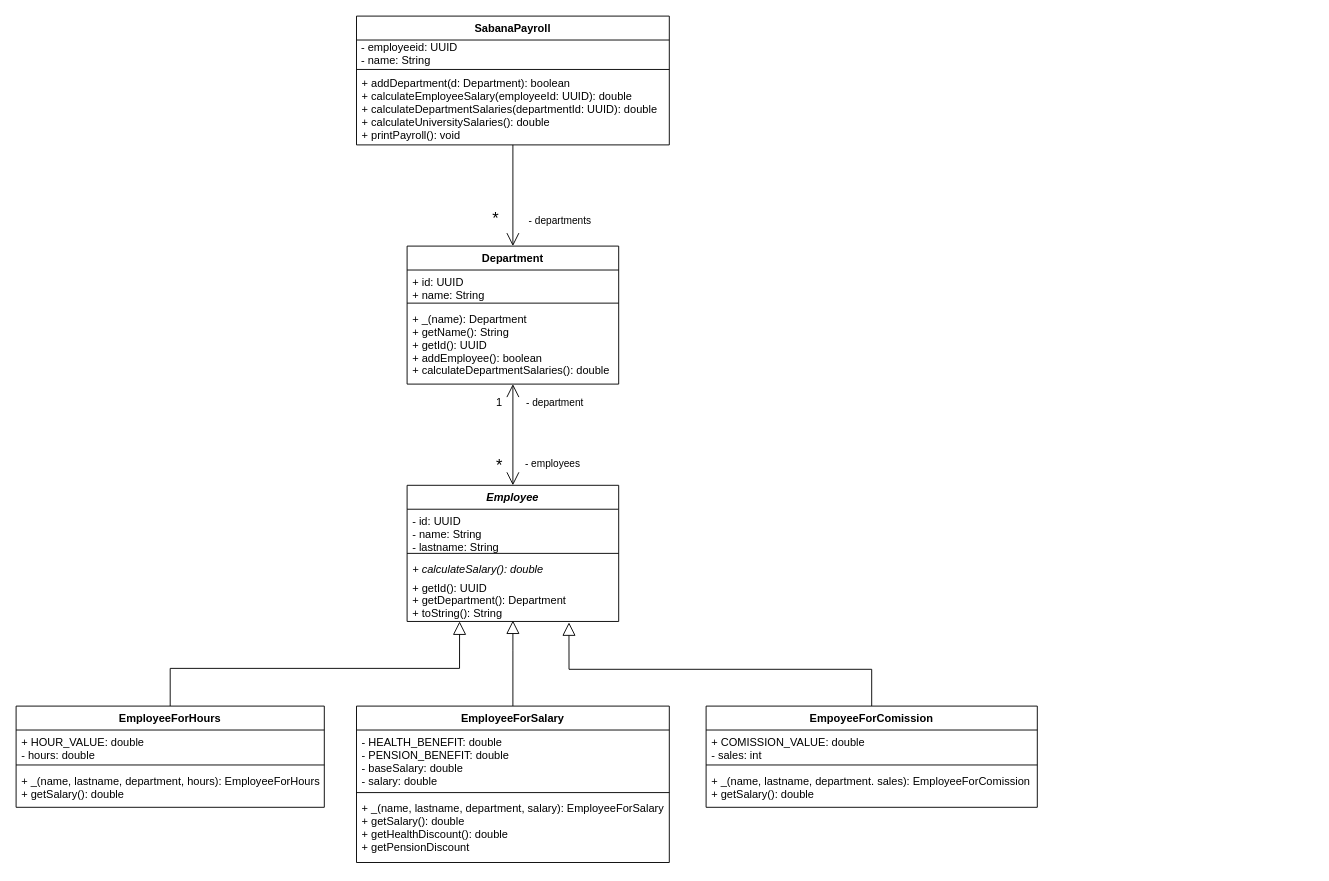
Before: diagrams/sabanapayroll-class-diagram.drawio in Cafeleyos/MUNOZ-SANTOS-SABANA-POOB-2021-1-LAB-ABSTRACT-CLASS, a draw.io diagram. Source tidied: cells renumbered, new cells numbered last; positions are measured from the earlier drawing's top-left corner, leaving out a move shared by most shapes. Both pictures are drawn from the tidied source at 92%, with x=0, y=0 at pixel (16, 16).
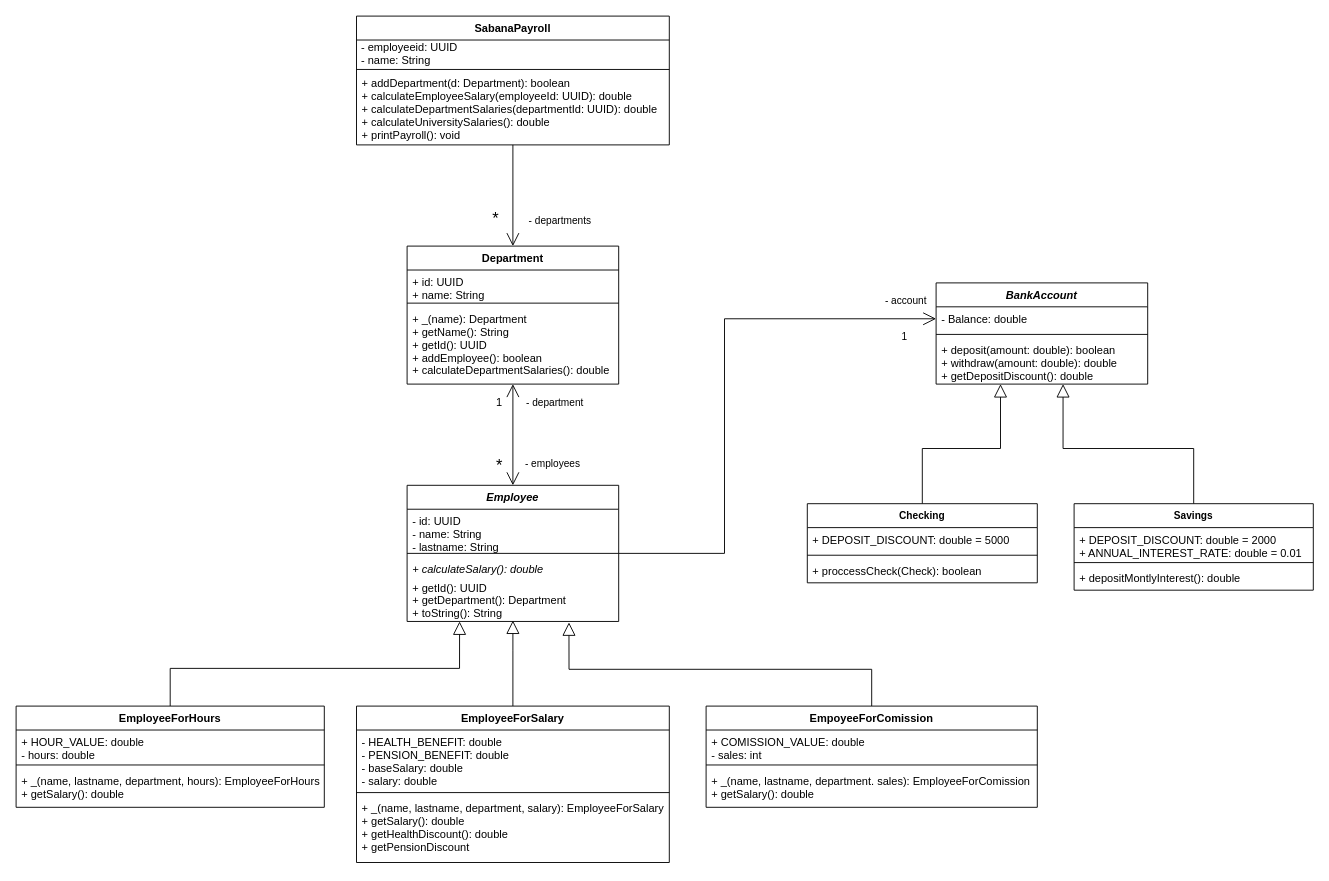
After the change.

The change refers to these unchanged cells:
```xml
<mxCell id="14" value="Employee" style="swimlane;fontStyle=3;align=center;verticalAlign=top;horizontal=1;startSize=26;" parent="1" vertex="1">
  <mxGeometry x="425" y="510" width="230" height="148" as="geometry" />
</mxCell>
```

The edit, as a diff of the source:
```diff
@@
+    <mxCell id="38" value="- account&lt;br style=&quot;font-size: 11px;&quot;&gt;&lt;br style=&quot;font-size: 11px;&quot;&gt;&lt;br style=&quot;font-size: 11px;&quot;&gt;1&amp;nbsp;" style="edgeStyle=orthogonalEdgeStyle;rounded=0;jettySize=auto;html=1;endArrow=open;endFill=0;strokeWidth=1;endSize=12;entryX=0;entryY=0.5;entryDx=0;entryDy=0;verticalAlign=middle;labelBackgroundColor=none;fontSize=11;" parent="1" edge="1" source="14" target="40">
+      <mxGeometry x="0.89" relative="1" as="geometry">
+        <Array as="points">
+          <mxPoint x="770" y="584" />
+          <mxPoint x="770" y="329" />
+        </Array>
+      </mxGeometry>
+    </mxCell>
@@
+    <mxCell id="39" value="BankAccount" style="swimlane;fontStyle=3;align=center;verticalAlign=top;horizontal=1;startSize=26;" parent="1" vertex="1">
+      <mxGeometry x="1000" y="290" width="230" height="110" as="geometry" />
+    </mxCell>
+    <mxCell id="40" value="- Balance: double" style="text;strokeColor=none;fillColor=none;align=left;verticalAlign=top;spacingLeft=4;spacingRight=4;overflow=hidden;points=[[0,0.5],[1,0.5]];portConstraint=eastwest;" parent="39" vertex="1">
+      <mxGeometry y="26" width="230" height="26" as="geometry" />
+    </mxCell>
+    <mxCell id="41" style="line;strokeWidth=1;fillColor=none;align=left;verticalAlign=middle;spacingTop=-1;spacingLeft=3;spacingRight=3;labelPosition=right;" parent="39" vertex="1">
+      <mxGeometry y="52" width="230" height="8" as="geometry" />
+    </mxCell>
+    <mxCell id="42" value="+ deposit(amount: double): boolean&#10;+ withdraw(amount: double): double&#10;+ getDepositDiscount(): double" style="text;strokeColor=none;fillColor=none;align=left;verticalAlign=top;spacingLeft=4;spacingRight=4;overflow=hidden;points=[[0,0.5],[1,0.5]];portConstraint=eastwest;" parent="39" vertex="1">
+      <mxGeometry y="60" width="230" height="50" as="geometry" />
+    </mxCell>
+    <mxCell id="43" style="edgeStyle=orthogonalEdgeStyle;rounded=0;jettySize=auto;html=1;labelBackgroundColor=none;endArrow=block;endFill=0;endSize=12;strokeWidth=1;fontSize=11;" parent="1" edge="1" source="44" target="42">
+      <mxGeometry relative="1" as="geometry">
+        <Array as="points">
+          <mxPoint x="985" y="470" />
+          <mxPoint x="1070" y="470" />
+        </Array>
+      </mxGeometry>
+    </mxCell>
+    <mxCell id="44" value="Checking" style="swimlane;fontStyle=1;align=center;verticalAlign=top;horizontal=1;startSize=26;fontSize=11;" parent="1" vertex="1">
+      <mxGeometry x="860" y="530" width="250" height="86" as="geometry" />
+    </mxCell>
+    <mxCell id="45" value="+ DEPOSIT_DISCOUNT: double = 5000" style="text;strokeColor=none;fillColor=none;align=left;verticalAlign=top;spacingLeft=4;spacingRight=4;overflow=hidden;" parent="44" vertex="1">
+      <mxGeometry y="26" width="250" height="26" as="geometry" />
+    </mxCell>
+    <mxCell id="46" style="line;strokeWidth=1;fillColor=none;align=left;verticalAlign=middle;spacingTop=-1;spacingLeft=3;spacingRight=3;labelPosition=right;" parent="44" vertex="1">
+      <mxGeometry y="52" width="250" height="8" as="geometry" />
+    </mxCell>
+    <mxCell id="47" value="+ proccessCheck(Check): boolean" style="text;strokeColor=none;fillColor=none;align=left;verticalAlign=top;spacingLeft=4;spacingRight=4;overflow=hidden;" parent="44" vertex="1">
+      <mxGeometry y="60" width="250" height="26" as="geometry" />
+    </mxCell>
+    <mxCell id="48" style="edgeStyle=orthogonalEdgeStyle;rounded=0;jettySize=auto;html=1;labelBackgroundColor=none;endArrow=block;endFill=0;endSize=12;strokeWidth=1;fontSize=11;" parent="1" edge="1" source="49" target="42">
+      <mxGeometry relative="1" as="geometry">
+        <Array as="points">
+          <mxPoint x="1280" y="470" />
+          <mxPoint x="1138" y="470" />
+        </Array>
+      </mxGeometry>
+    </mxCell>
+    <mxCell id="49" value="Savings" style="swimlane;fontStyle=1;align=center;verticalAlign=top;horizontal=1;startSize=26;fontSize=11;" parent="1" vertex="1">
+      <mxGeometry x="1150" y="530" width="260" height="94" as="geometry" />
+    </mxCell>
+    <mxCell id="50" value="+ DEPOSIT_DISCOUNT: double = 2000&#10;+ ANNUAL_INTEREST_RATE: double = 0.01" style="text;strokeColor=none;fillColor=none;align=left;verticalAlign=top;spacingLeft=4;spacingRight=4;overflow=hidden;" parent="49" vertex="1">
+      <mxGeometry y="26" width="260" height="34" as="geometry" />
+    </mxCell>
+    <mxCell id="51" style="line;strokeWidth=1;fillColor=none;align=left;verticalAlign=middle;spacingTop=-1;spacingLeft=3;spacingRight=3;labelPosition=right;" parent="49" vertex="1">
+      <mxGeometry y="60" width="260" height="8" as="geometry" />
+    </mxCell>
+    <mxCell id="52" value="+ depositMontlyInterest(): double" style="text;strokeColor=none;fillColor=none;align=left;verticalAlign=top;spacingLeft=4;spacingRight=4;overflow=hidden;" parent="49" vertex="1">
+      <mxGeometry y="68" width="260" height="26" as="geometry" />
+    </mxCell>
```
